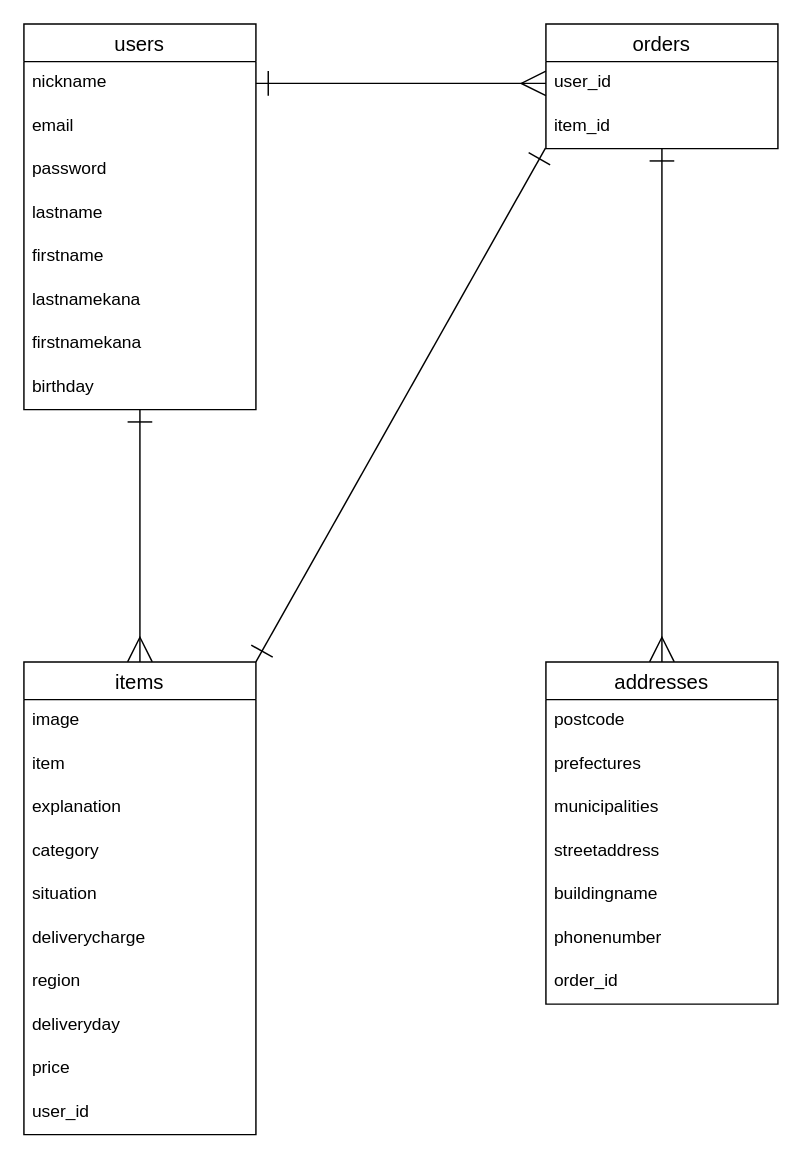
Before: er.dio in 172bibi/furima-40817, a draw.io diagram. Source tidied: cells renumbered, new cells numbered last; positions are measured from the earlier drawing's top-left corner, leaving out a move shared by most shapes. Both pictures are drawn from the tidied source at 145%, with x=0, y=0 at pixel (23, 23).
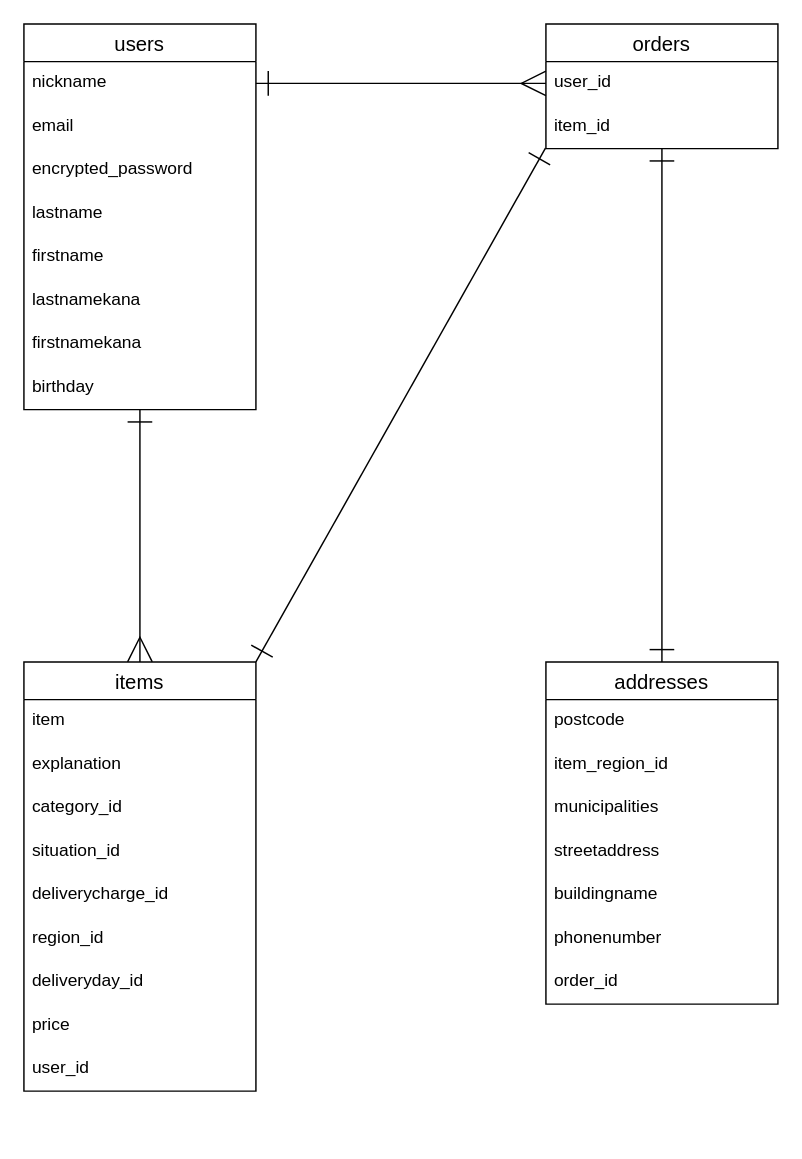
After the change.

Unchanged cells that the change refers to:
```xml
<mxCell id="3" value="users" style="swimlane;fontStyle=0;horizontal=1;startSize=26;align=center;fontSize=14;" parent="1" vertex="1">
  <mxGeometry width="160" height="266" as="geometry" />
</mxCell>
<mxCell id="14" value="orders" style="swimlane;fontStyle=0;horizontal=1;startSize=26;align=center;fontSize=14;" parent="1" vertex="1">
  <mxGeometry x="360" width="160" height="86" as="geometry" />
</mxCell>
<mxCell id="28" value="addresses" style="swimlane;fontStyle=0;horizontal=1;startSize=26;align=center;fontSize=14;" parent="1" vertex="1">
  <mxGeometry x="360" y="440" width="160" height="236" as="geometry" />
</mxCell>
```

Change to the diagram source:
```diff
@@
-    <mxCell id="6" value="password" style="text;strokeColor=none;fillColor=none;spacingLeft=4;spacingRight=4;overflow=hidden;fontSize=12;" parent="3" vertex="1">
+    <mxCell id="6" value="encrypted_password" style="text;strokeColor=none;fillColor=none;spacingLeft=4;spacingRight=4;overflow=hidden;fontSize=12;" parent="3" vertex="1">
       <mxGeometry y="86" width="160" height="30" as="geometry" />
     </mxCell>
@@
-    <mxCell id="13" style="edgeStyle=none;html=1;entryX=0.5;entryY=0;entryDx=0;entryDy=0;startArrow=ERone;startFill=0;endArrow=ERmany;endFill=0;startSize=15;endSize=15;" parent="1" edge="1" source="14" target="28">
+    <mxCell id="13" style="edgeStyle=none;html=1;entryX=0.5;entryY=0;entryDx=0;entryDy=0;startArrow=ERone;startFill=0;endArrow=ERone;endFill=0;startSize=15;endSize=15;" parent="1" edge="1" source="14" target="28">
       <mxGeometry relative="1" as="geometry" />
     </mxCell>
@@
     <mxCell id="17" value="items" style="swimlane;fontStyle=0;horizontal=1;startSize=26;align=center;fontSize=14;" parent="1" vertex="1">
-      <mxGeometry y="440" width="160" height="326" as="geometry" />
+      <mxGeometry y="440" width="160" height="296" as="geometry" />
     </mxCell>
-    <mxCell id="18" value="image" style="text;strokeColor=none;fillColor=none;spacingLeft=4;spacingRight=4;overflow=hidden;fontSize=12;" parent="17" vertex="1">
-      <mxGeometry y="26" width="160" height="30" as="geometry" />
-    </mxCell>
     <mxCell id="19" value="item" style="text;strokeColor=none;fillColor=none;spacingLeft=4;spacingRight=4;overflow=hidden;fontSize=12;" parent="17" vertex="1">
-      <mxGeometry y="56" width="160" height="30" as="geometry" />
+      <mxGeometry y="26" width="160" height="30" as="geometry" />
     </mxCell>
     <mxCell id="20" value="explanation" style="text;strokeColor=none;fillColor=none;spacingLeft=4;spacingRight=4;overflow=hidden;fontSize=12;" parent="17" vertex="1">
-      <mxGeometry y="86" width="160" height="30" as="geometry" />
+      <mxGeometry y="56" width="160" height="30" as="geometry" />
     </mxCell>
-    <mxCell id="21" value="category" style="text;strokeColor=none;fillColor=none;spacingLeft=4;spacingRight=4;overflow=hidden;fontSize=12;" parent="17" vertex="1">
-      <mxGeometry y="116" width="160" height="30" as="geometry" />
+    <mxCell id="21" value="category_id" style="text;strokeColor=none;fillColor=none;spacingLeft=4;spacingRight=4;overflow=hidden;fontSize=12;" parent="17" vertex="1">
+      <mxGeometry y="86" width="160" height="30" as="geometry" />
     </mxCell>
-    <mxCell id="22" value="situation" style="text;strokeColor=none;fillColor=none;spacingLeft=4;spacingRight=4;overflow=hidden;fontSize=12;" parent="17" vertex="1">
-      <mxGeometry y="146" width="160" height="30" as="geometry" />
+    <mxCell id="22" value="situation_id" style="text;strokeColor=none;fillColor=none;spacingLeft=4;spacingRight=4;overflow=hidden;fontSize=12;" parent="17" vertex="1">
+      <mxGeometry y="116" width="160" height="30" as="geometry" />
     </mxCell>
-    <mxCell id="23" value="deliverycharge" style="text;strokeColor=none;fillColor=none;spacingLeft=4;spacingRight=4;overflow=hidden;fontSize=12;" parent="17" vertex="1">
-      <mxGeometry y="176" width="160" height="30" as="geometry" />
+    <mxCell id="23" value="deliverycharge_id" style="text;strokeColor=none;fillColor=none;spacingLeft=4;spacingRight=4;overflow=hidden;fontSize=12;" parent="17" vertex="1">
+      <mxGeometry y="146" width="160" height="30" as="geometry" />
     </mxCell>
-    <mxCell id="24" value="region" style="text;strokeColor=none;fillColor=none;spacingLeft=4;spacingRight=4;overflow=hidden;fontSize=12;" parent="17" vertex="1">
-      <mxGeometry y="206" width="160" height="30" as="geometry" />
+    <mxCell id="24" value="region_id" style="text;strokeColor=none;fillColor=none;spacingLeft=4;spacingRight=4;overflow=hidden;fontSize=12;" parent="17" vertex="1">
+      <mxGeometry y="176" width="160" height="30" as="geometry" />
     </mxCell>
-    <mxCell id="25" value="deliveryday" style="text;strokeColor=none;fillColor=none;spacingLeft=4;spacingRight=4;overflow=hidden;fontSize=12;" parent="17" vertex="1">
-      <mxGeometry y="236" width="160" height="30" as="geometry" />
+    <mxCell id="25" value="deliveryday_id" style="text;strokeColor=none;fillColor=none;spacingLeft=4;spacingRight=4;overflow=hidden;fontSize=12;" parent="17" vertex="1">
+      <mxGeometry y="206" width="160" height="30" as="geometry" />
     </mxCell>
     <mxCell id="26" value="price" style="text;strokeColor=none;fillColor=none;spacingLeft=4;spacingRight=4;overflow=hidden;fontSize=12;" parent="17" vertex="1">
-      <mxGeometry y="266" width="160" height="30" as="geometry" />
+      <mxGeometry y="236" width="160" height="30" as="geometry" />
     </mxCell>
     <mxCell id="27" value="user_id" style="text;strokeColor=none;fillColor=none;spacingLeft=4;spacingRight=4;overflow=hidden;fontSize=12;" parent="17" vertex="1">
-      <mxGeometry y="296" width="160" height="30" as="geometry" />
+      <mxGeometry y="266" width="160" height="30" as="geometry" />
     </mxCell>
@@
-    <mxCell id="30" value="prefectures" style="text;strokeColor=none;fillColor=none;spacingLeft=4;spacingRight=4;overflow=hidden;fontSize=12;" parent="28" vertex="1">
+    <mxCell id="30" value="item_region_id" style="text;strokeColor=none;fillColor=none;spacingLeft=4;spacingRight=4;overflow=hidden;fontSize=12;" parent="28" vertex="1">
       <mxGeometry y="56" width="160" height="30" as="geometry" />
     </mxCell>
```
